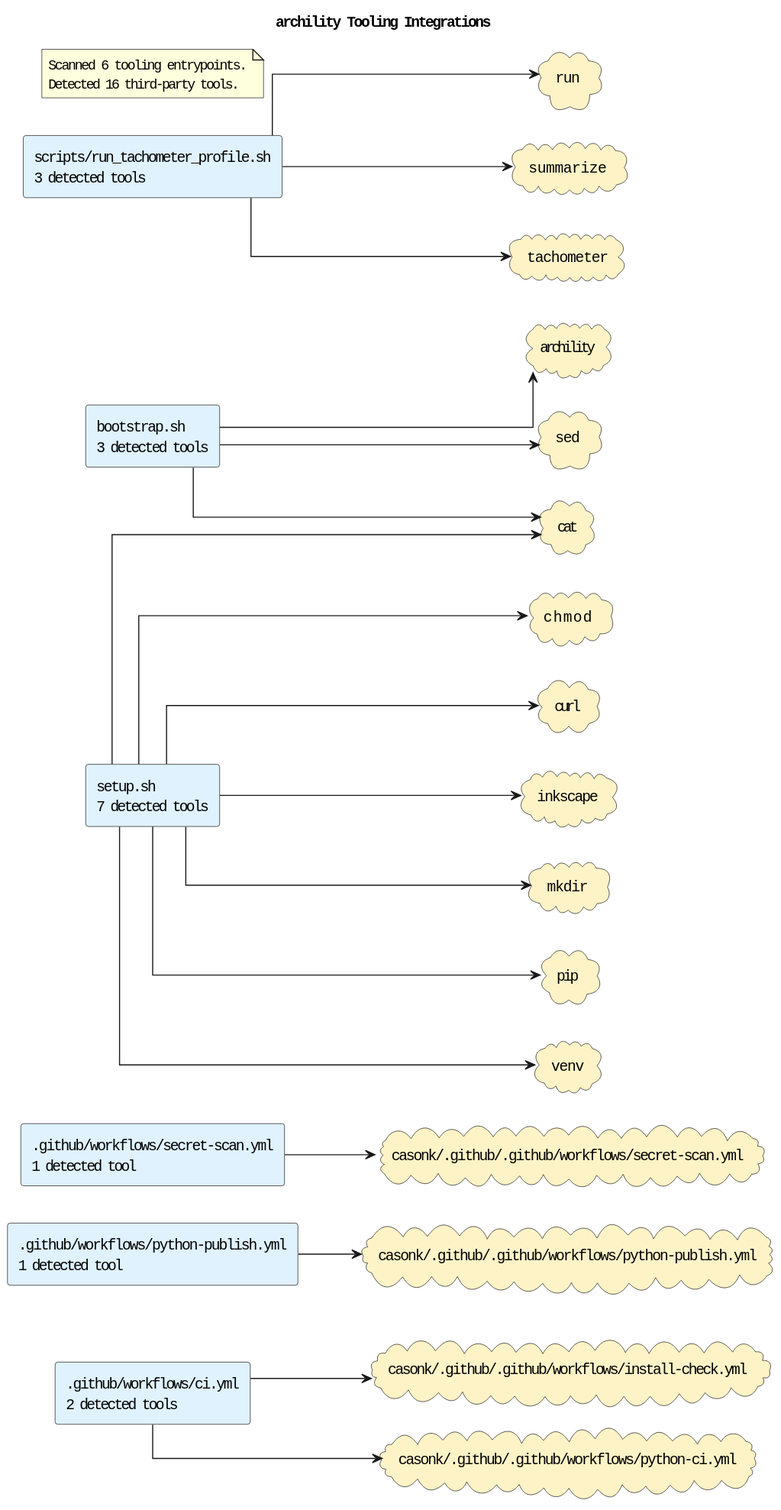
Earlier version of the PlantUML export docs/diagrams/tooling-integrations.puml.svg (casonk/archility).
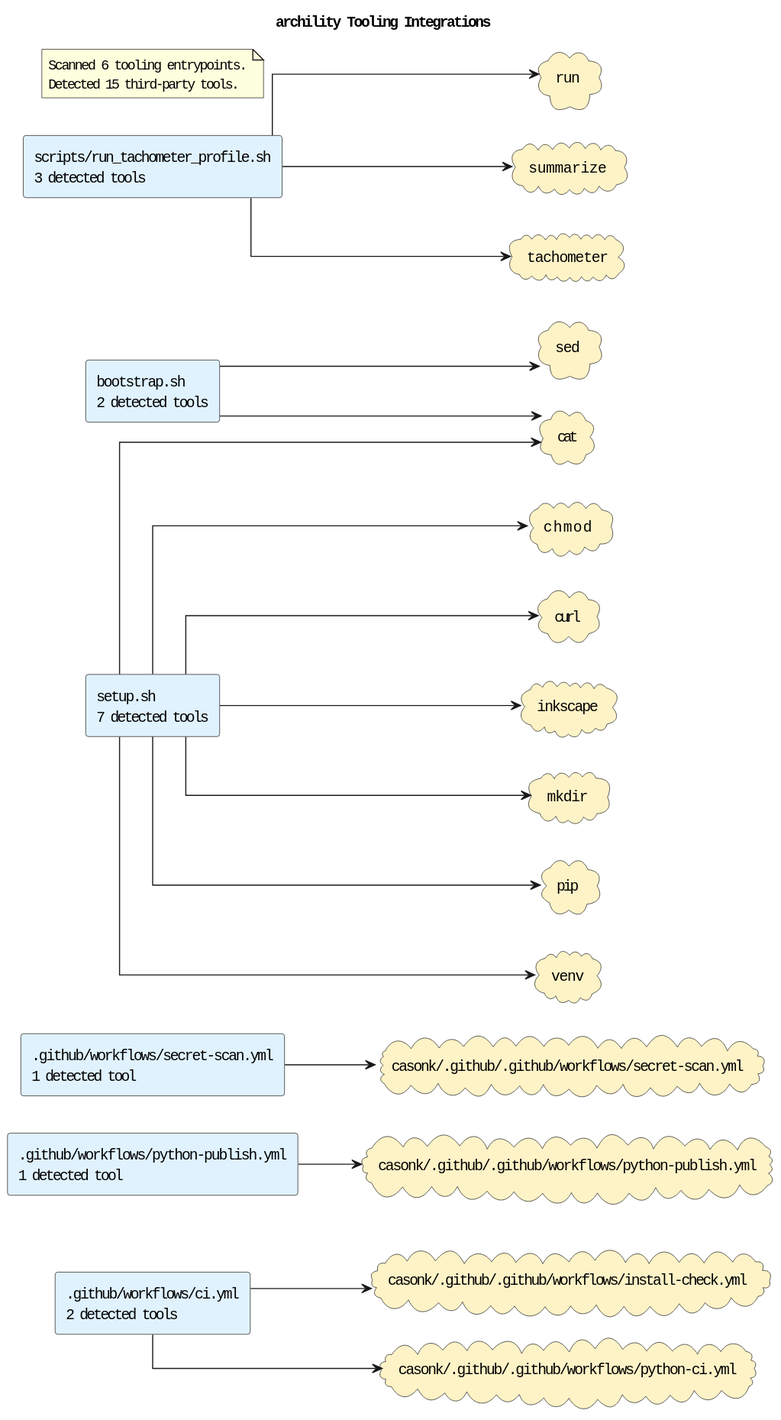
Above is the later version.

Diff of the diagram source:
```diff
@@ -8,10 +8,9 @@
 rectangle ".github/workflows/ci.yml\n2 detected tools" as source_github_workflows_ci_yml #E0F2FE
 rectangle ".github/workflows/python-publish.yml\n1 detected tool" as source_github_workflows_python_publish_yml #E0F2FE
 rectangle ".github/workflows/secret-scan.yml\n1 detected tool" as source_github_workflows_secret_scan_yml #E0F2FE
-rectangle "bootstrap.sh\n3 detected tools" as source_bootstrap_sh #E0F2FE
+rectangle "bootstrap.sh\n2 detected tools" as source_bootstrap_sh #E0F2FE
 rectangle "scripts/run_tachometer_profile.sh\n3 detected tools" as source_scripts_run_tachometer_profile_sh #E0F2FE
 rectangle "setup.sh\n7 detected tools" as source_setup_sh #E0F2FE
-cloud "archility" as tool_archility #FEF3C7
 cloud "casonk/.github/.github/workflows/install-check.yml" as tool_casonk_github_github_workflows_install_check_yml #FEF3C7
 cloud "casonk/.github/.github/workflows/python-ci.yml" as tool_casonk_github_github_workflows_python_ci_yml #FEF3C7
 cloud "casonk/.github/.github/workflows/python-publish.yml" as tool_casonk_github_github_workflows_python_publish_yml #FEF3C7
@@ -31,7 +30,6 @@
 source_github_workflows_ci_yml --> tool_casonk_github_github_workflows_python_ci_yml
 source_github_workflows_python_publish_yml --> tool_casonk_github_github_workflows_python_publish_yml
 source_github_workflows_secret_scan_yml --> tool_casonk_github_github_workflows_secret_scan_yml
-source_bootstrap_sh --> tool_archility
 source_bootstrap_sh --> tool_cat
 source_bootstrap_sh --> tool_sed
 source_scripts_run_tachometer_profile_sh --> tool_run
@@ -46,6 +44,6 @@
 source_setup_sh --> tool_venv
 note as toolingGraphSummary
 Scanned 6 tooling entrypoints.
-Detected 16 third-party tools.
+Detected 15 third-party tools.
 end note
 @enduml
```
